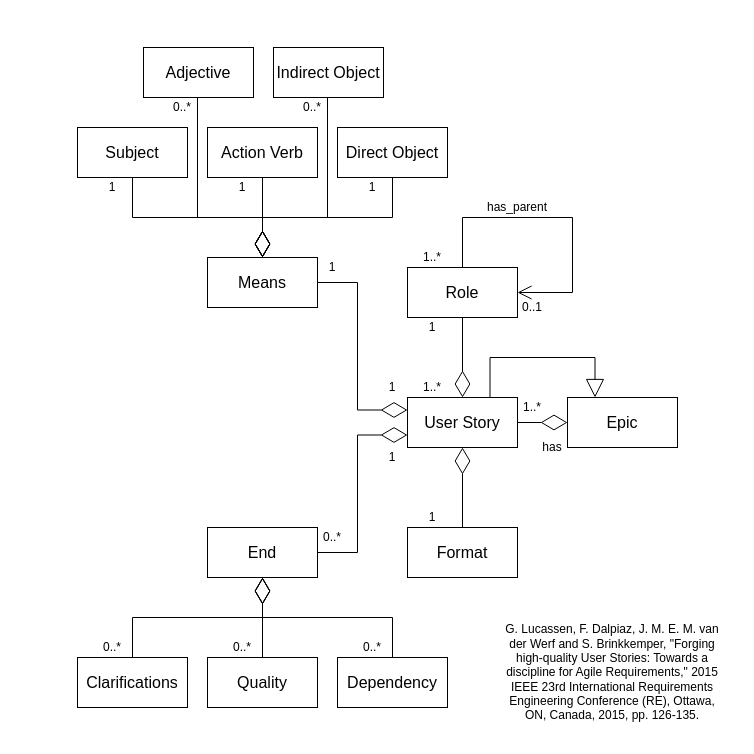
The draw.io diagram user_story_class_diagram.drawio in info-marceloramirez/architect_toolbox, before the edit. Source tidied: cells renumbered, new cells numbered last; positions are measured from the earlier drawing's top-left corner, leaving out a move shared by most shapes. Both pictures are drawn from the tidied source at 100%, with x=0, y=0 at pixel (17, 17).
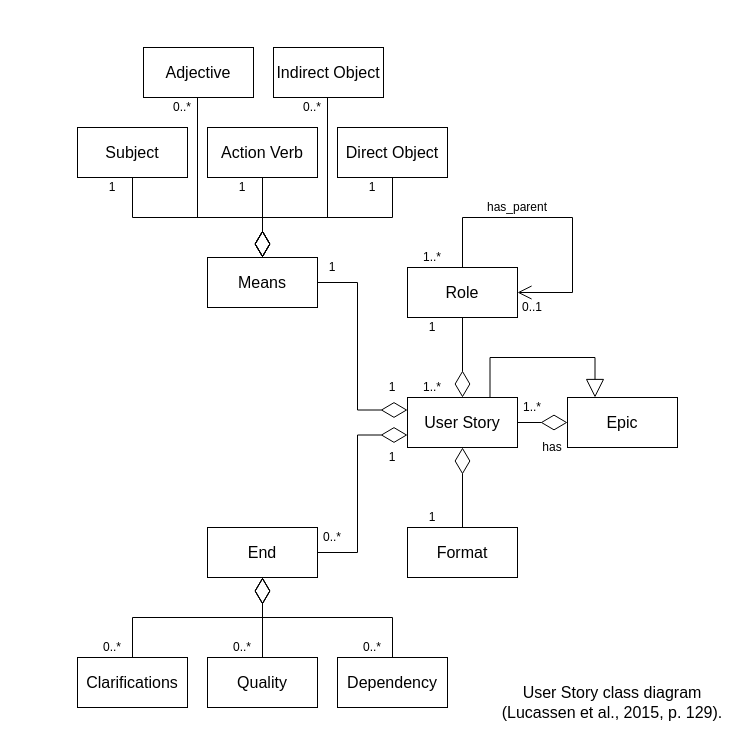
The same diagram, later.

Change to the diagram source:
```diff
@@
-    <mxCell id="52" value="&lt;div&gt;G. Lucassen, F. Dalpiaz, J. M. E. M. van der Werf and S. Brinkkemper, &quot;Forging high-quality User Stories: Towards a discipline for Agile Requirements,&quot; 2015 IEEE 23rd International Requirements Engineering Conference (RE), Ottawa, ON, Canada, 2015, pp. 126-135.&lt;/div&gt;" style="text;html=1;align=center;verticalAlign=middle;whiteSpace=wrap;rounded=0;" parent="1" vertex="1">
-      <mxGeometry x="480" y="600" width="230" height="110" as="geometry" />
+    <mxCell id="52" value="User Story class diagram (Lucassen et al., 2015, p. 129)." style="text;html=1;align=center;verticalAlign=middle;whiteSpace=wrap;rounded=0;fontSize=16;" parent="1" vertex="1">
+      <mxGeometry x="480" y="660" width="230" height="50" as="geometry" />
     </mxCell>
```
